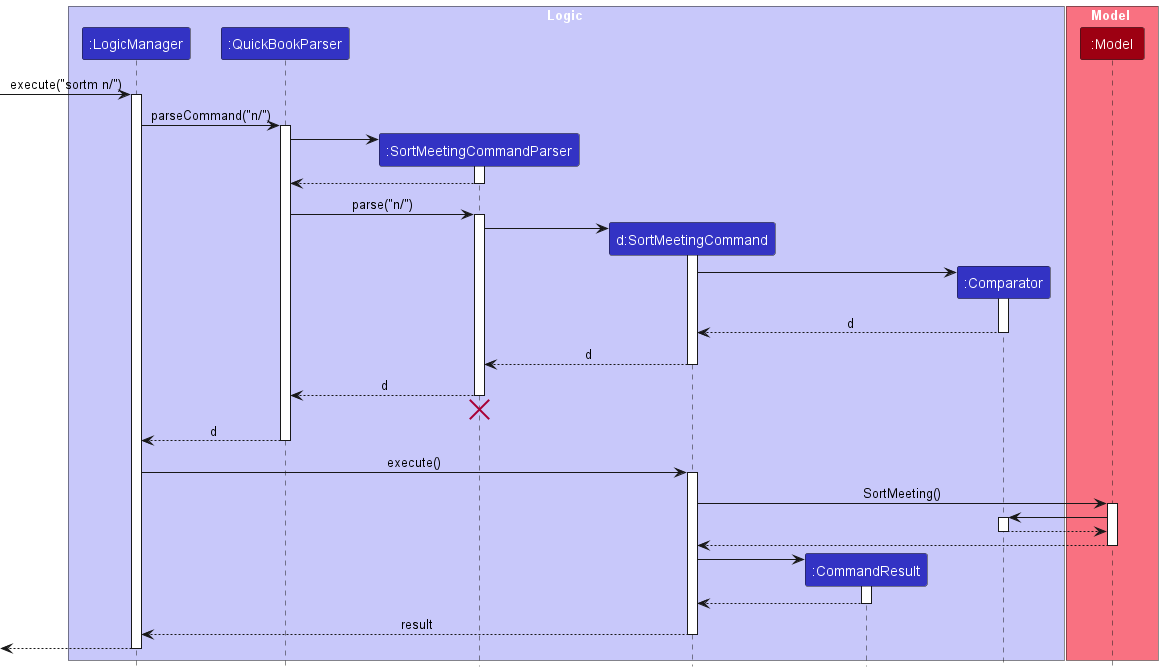
nus-cs2103-AY2223S2/tp keeps this PlantUML diagram as docs/images/SortMeetingSequenceDiagram.png. Above is the earlier version. Its source is kept beside it as docs/diagrams/SortMeetingSequenceDiagram.puml.
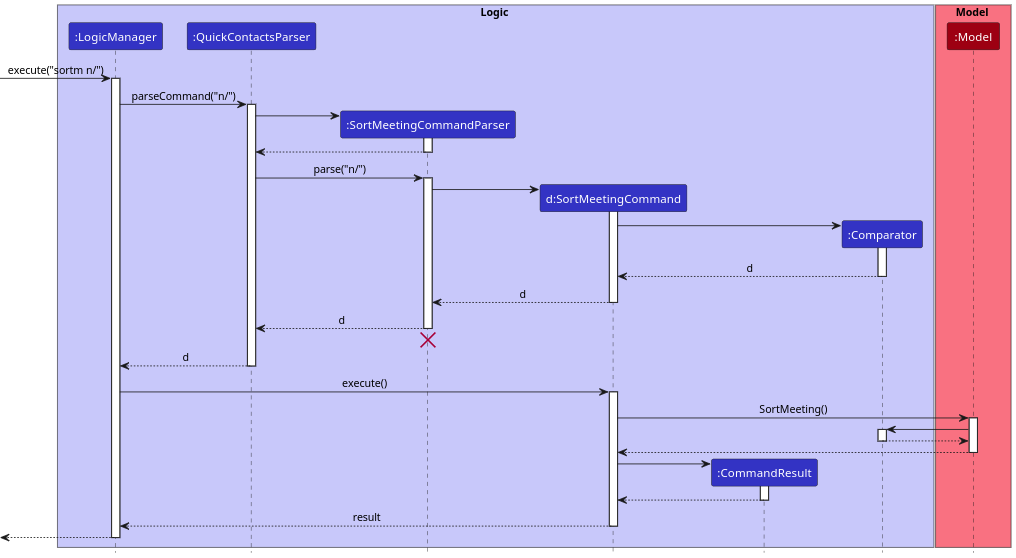
After the commit.

The edit, as a diff of the source:
```diff
@@ -3,7 +3,7 @@
 
 box Logic LOGIC_COLOR_T1
 participant ":LogicManager" as LogicManager LOGIC_COLOR
-participant ":QuickBookParser" as QuickBookParser LOGIC_COLOR
+participant ":QuickContactsParser" as QuickContactsParser LOGIC_COLOR
 participant ":SortMeetingCommandParser" as SortMeetingCommandParser LOGIC_COLOR
 participant "d:SortMeetingCommand" as SortMeetingCommand LOGIC_COLOR
 participant ":CommandResult" as CommandResult LOGIC_COLOR
@@ -17,17 +17,17 @@
 [-> LogicManager : execute("sortm n/")
 activate LogicManager
 
-LogicManager -> QuickBookParser : parseCommand("n/")
-activate QuickBookParser
+LogicManager -> QuickContactsParser : parseCommand("n/")
+activate QuickContactsParser
 
 create SortMeetingCommandParser
-QuickBookParser -> SortMeetingCommandParser
+QuickContactsParser -> SortMeetingCommandParser
 activate SortMeetingCommandParser
 
-SortMeetingCommandParser --> QuickBookParser
+SortMeetingCommandParser --> QuickContactsParser
 deactivate SortMeetingCommandParser
 
-QuickBookParser -> SortMeetingCommandParser : parse("n/")
+QuickContactsParser -> SortMeetingCommandParser : parse("n/")
 activate SortMeetingCommandParser
 
 create SortMeetingCommand
@@ -42,13 +42,13 @@
 SortMeetingCommand --> SortMeetingCommandParser : d
 deactivate SortMeetingCommand
 
-SortMeetingCommandParser --> QuickBookParser : d
+SortMeetingCommandParser --> QuickContactsParser : d
 deactivate SortMeetingCommandParser
-SortMeetingCommandParser -[hidden]-> QuickBookParser
+SortMeetingCommandParser -[hidden]-> QuickContactsParser
 destroy SortMeetingCommandParser
 
-QuickBookParser --> LogicManager : d
-deactivate QuickBookParser
+QuickContactsParser --> LogicManager : d
+deactivate QuickContactsParser
 
 LogicManager -> SortMeetingCommand : execute()
 activate SortMeetingCommand
```
